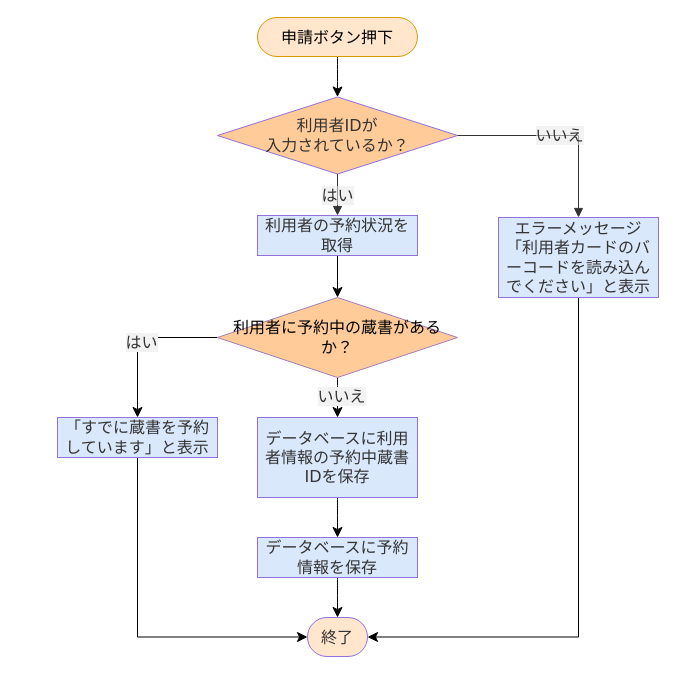
Before: 詳細設計書/7班/flowchart/予約申請.dio in rs002421-creator/-, a draw.io diagram. Source tidied: cells renumbered, new cells numbered last; positions are measured from the earlier drawing's top-left corner, leaving out a move shared by most shapes. Both pictures are drawn from the tidied source at 100%, with x=0, y=0 at pixel (57, 17).
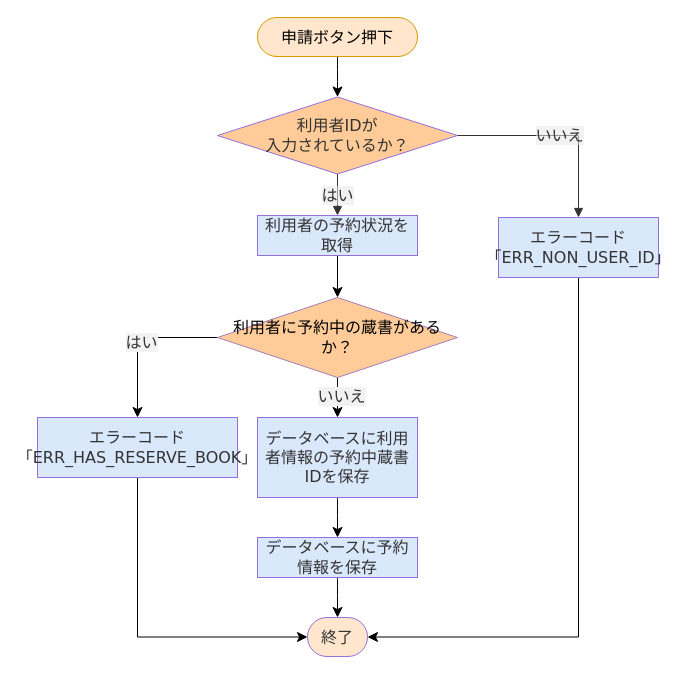
Above is the later version.

Change to the diagram source:
```diff
@@
-    <mxCell id="6" value="エラーメッセージ「利用者カードのバーコードを読み込んでください」と表示" style="html=1;whiteSpace=wrap;strokeWidth=1;fillColor=light-dark(#DAE8FC,#1F2020);strokeColor=light-dark(#9370DB,#cccccc);fontColor=light-dark(#333333,#cccccc);fontFamily=Trebuchet MS,Verdana,Arial,sans-serif;fontSize=16;" parent="1" vertex="1">
-      <mxGeometry x="441" y="200" width="160" height="80" as="geometry" />
+    <mxCell id="6" value="エラーコード「ERR_NON_USER_ID」" style="html=1;whiteSpace=wrap;strokeWidth=1;fillColor=light-dark(#DAE8FC,#1F2020);strokeColor=light-dark(#9370DB,#cccccc);fontColor=light-dark(#333333,#cccccc);fontFamily=Trebuchet MS,Verdana,Arial,sans-serif;fontSize=16;" parent="1" vertex="1">
+      <mxGeometry x="441" y="200" width="160" height="60" as="geometry" />
     </mxCell>
@@
-    <mxCell id="22" value="「すでに蔵書を予約しています」と表示" style="whiteSpace=wrap;html=1;fontSize=16;fontFamily=Trebuchet MS,Verdana,Arial,sans-serif;fillColor=light-dark(#DAE8FC,#1F2020);strokeColor=light-dark(#9370DB,#cccccc);fontColor=light-dark(#333333,#cccccc);strokeWidth=1;" parent="1" vertex="1">
-      <mxGeometry y="400" width="160" height="40" as="geometry" />
+    <mxCell id="22" value="エラーコード「ERR_HAS_RESERVE_BOOK」" style="whiteSpace=wrap;html=1;fontSize=16;fontFamily=Trebuchet MS,Verdana,Arial,sans-serif;fillColor=light-dark(#DAE8FC,#1F2020);strokeColor=light-dark(#9370DB,#cccccc);fontColor=light-dark(#333333,#cccccc);strokeWidth=1;" parent="1" vertex="1">
+      <mxGeometry x="-20" y="400" width="200" height="60" as="geometry" />
     </mxCell>
```
